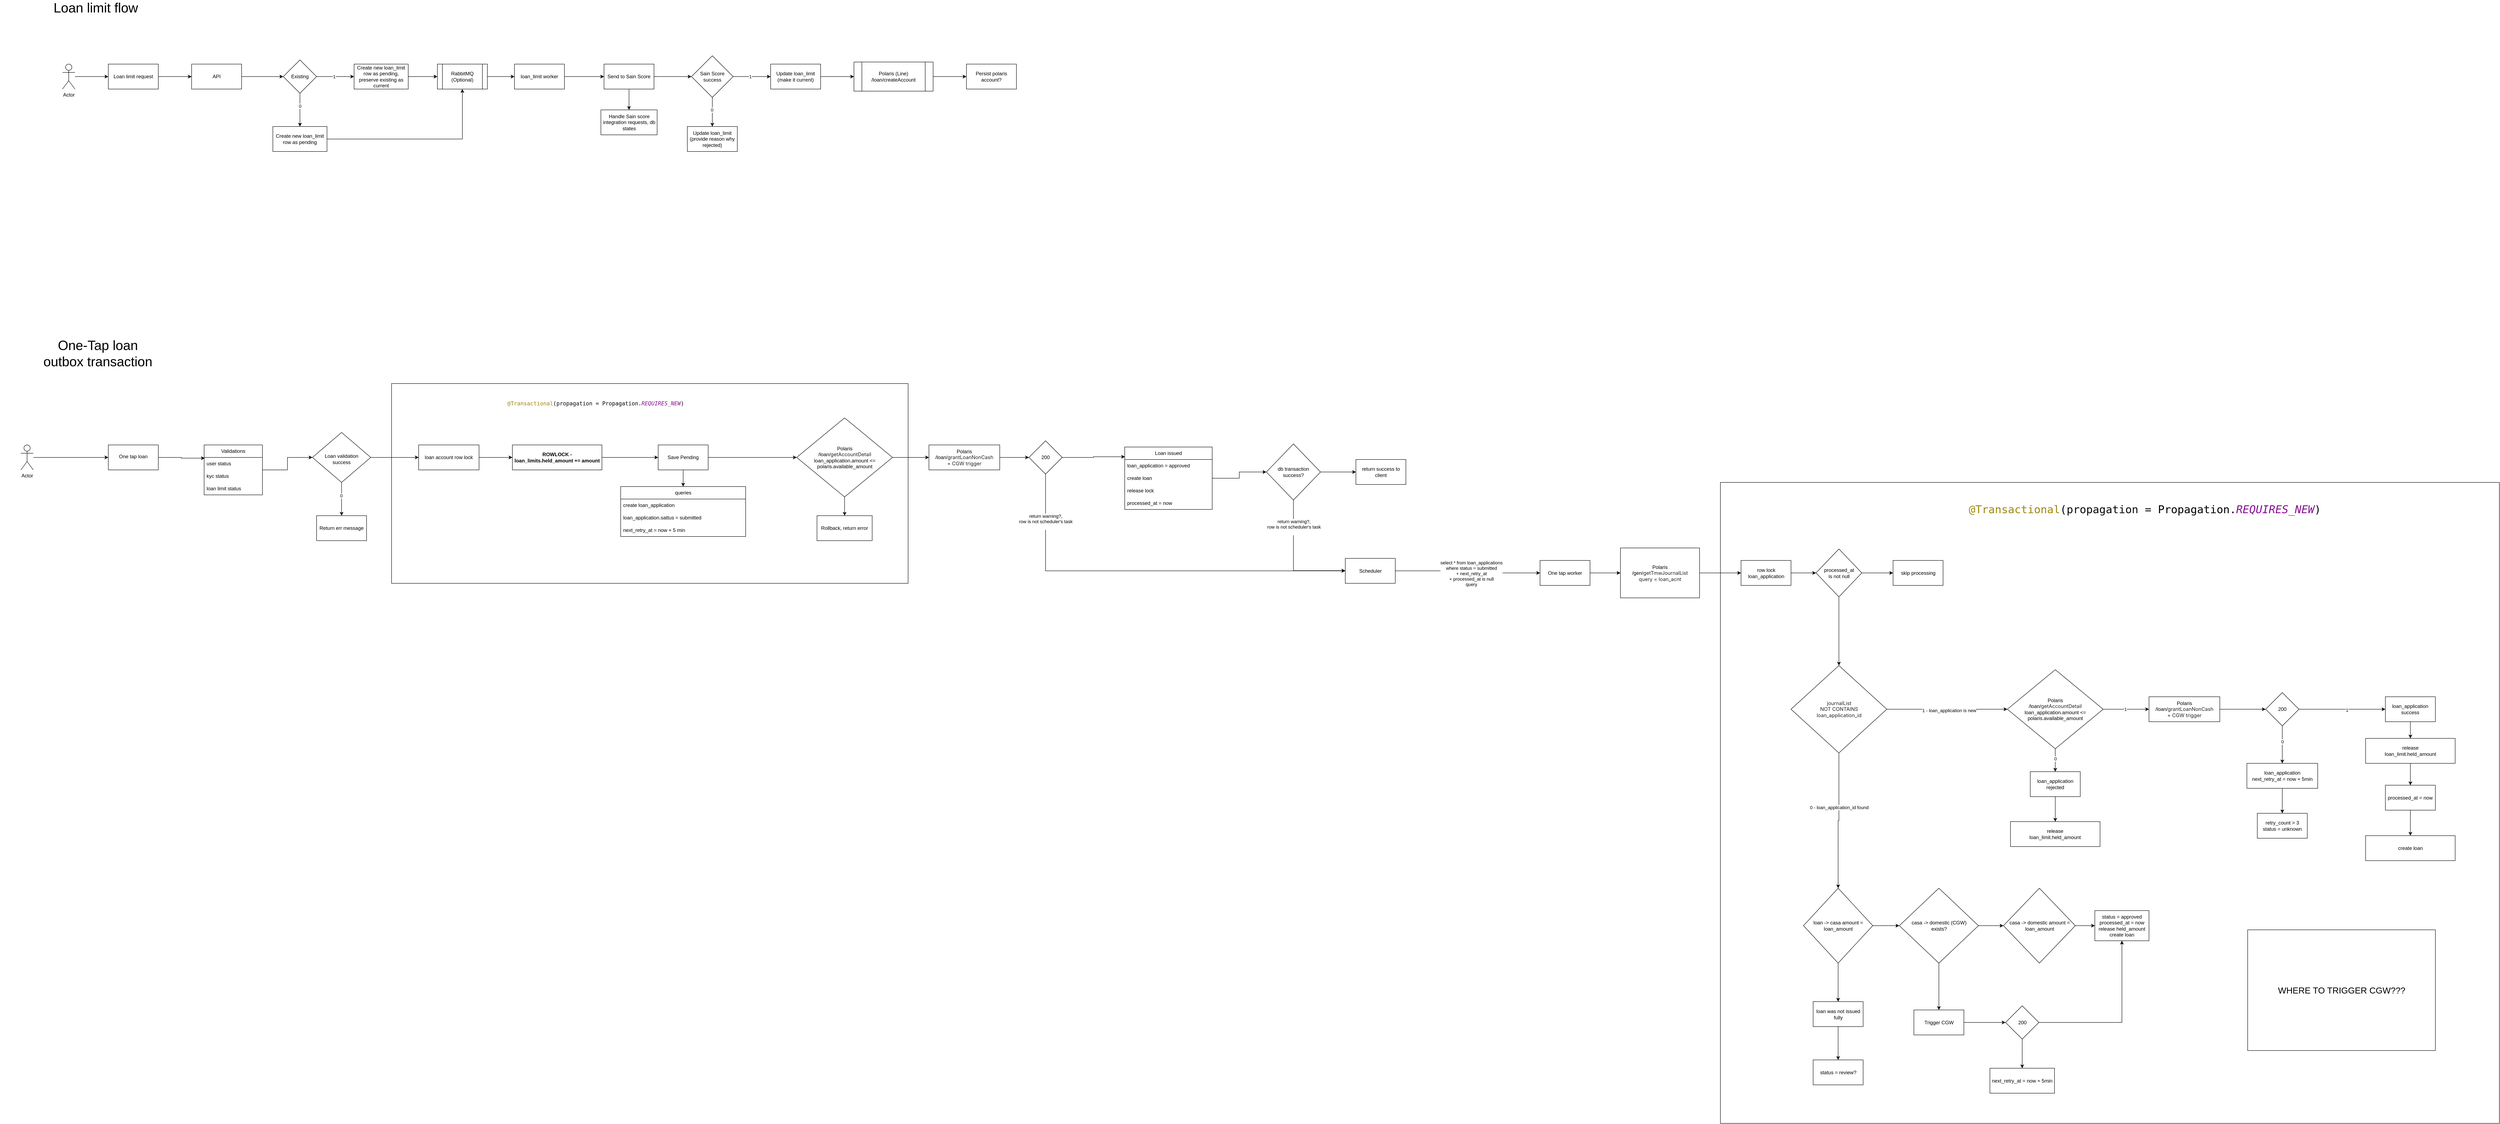
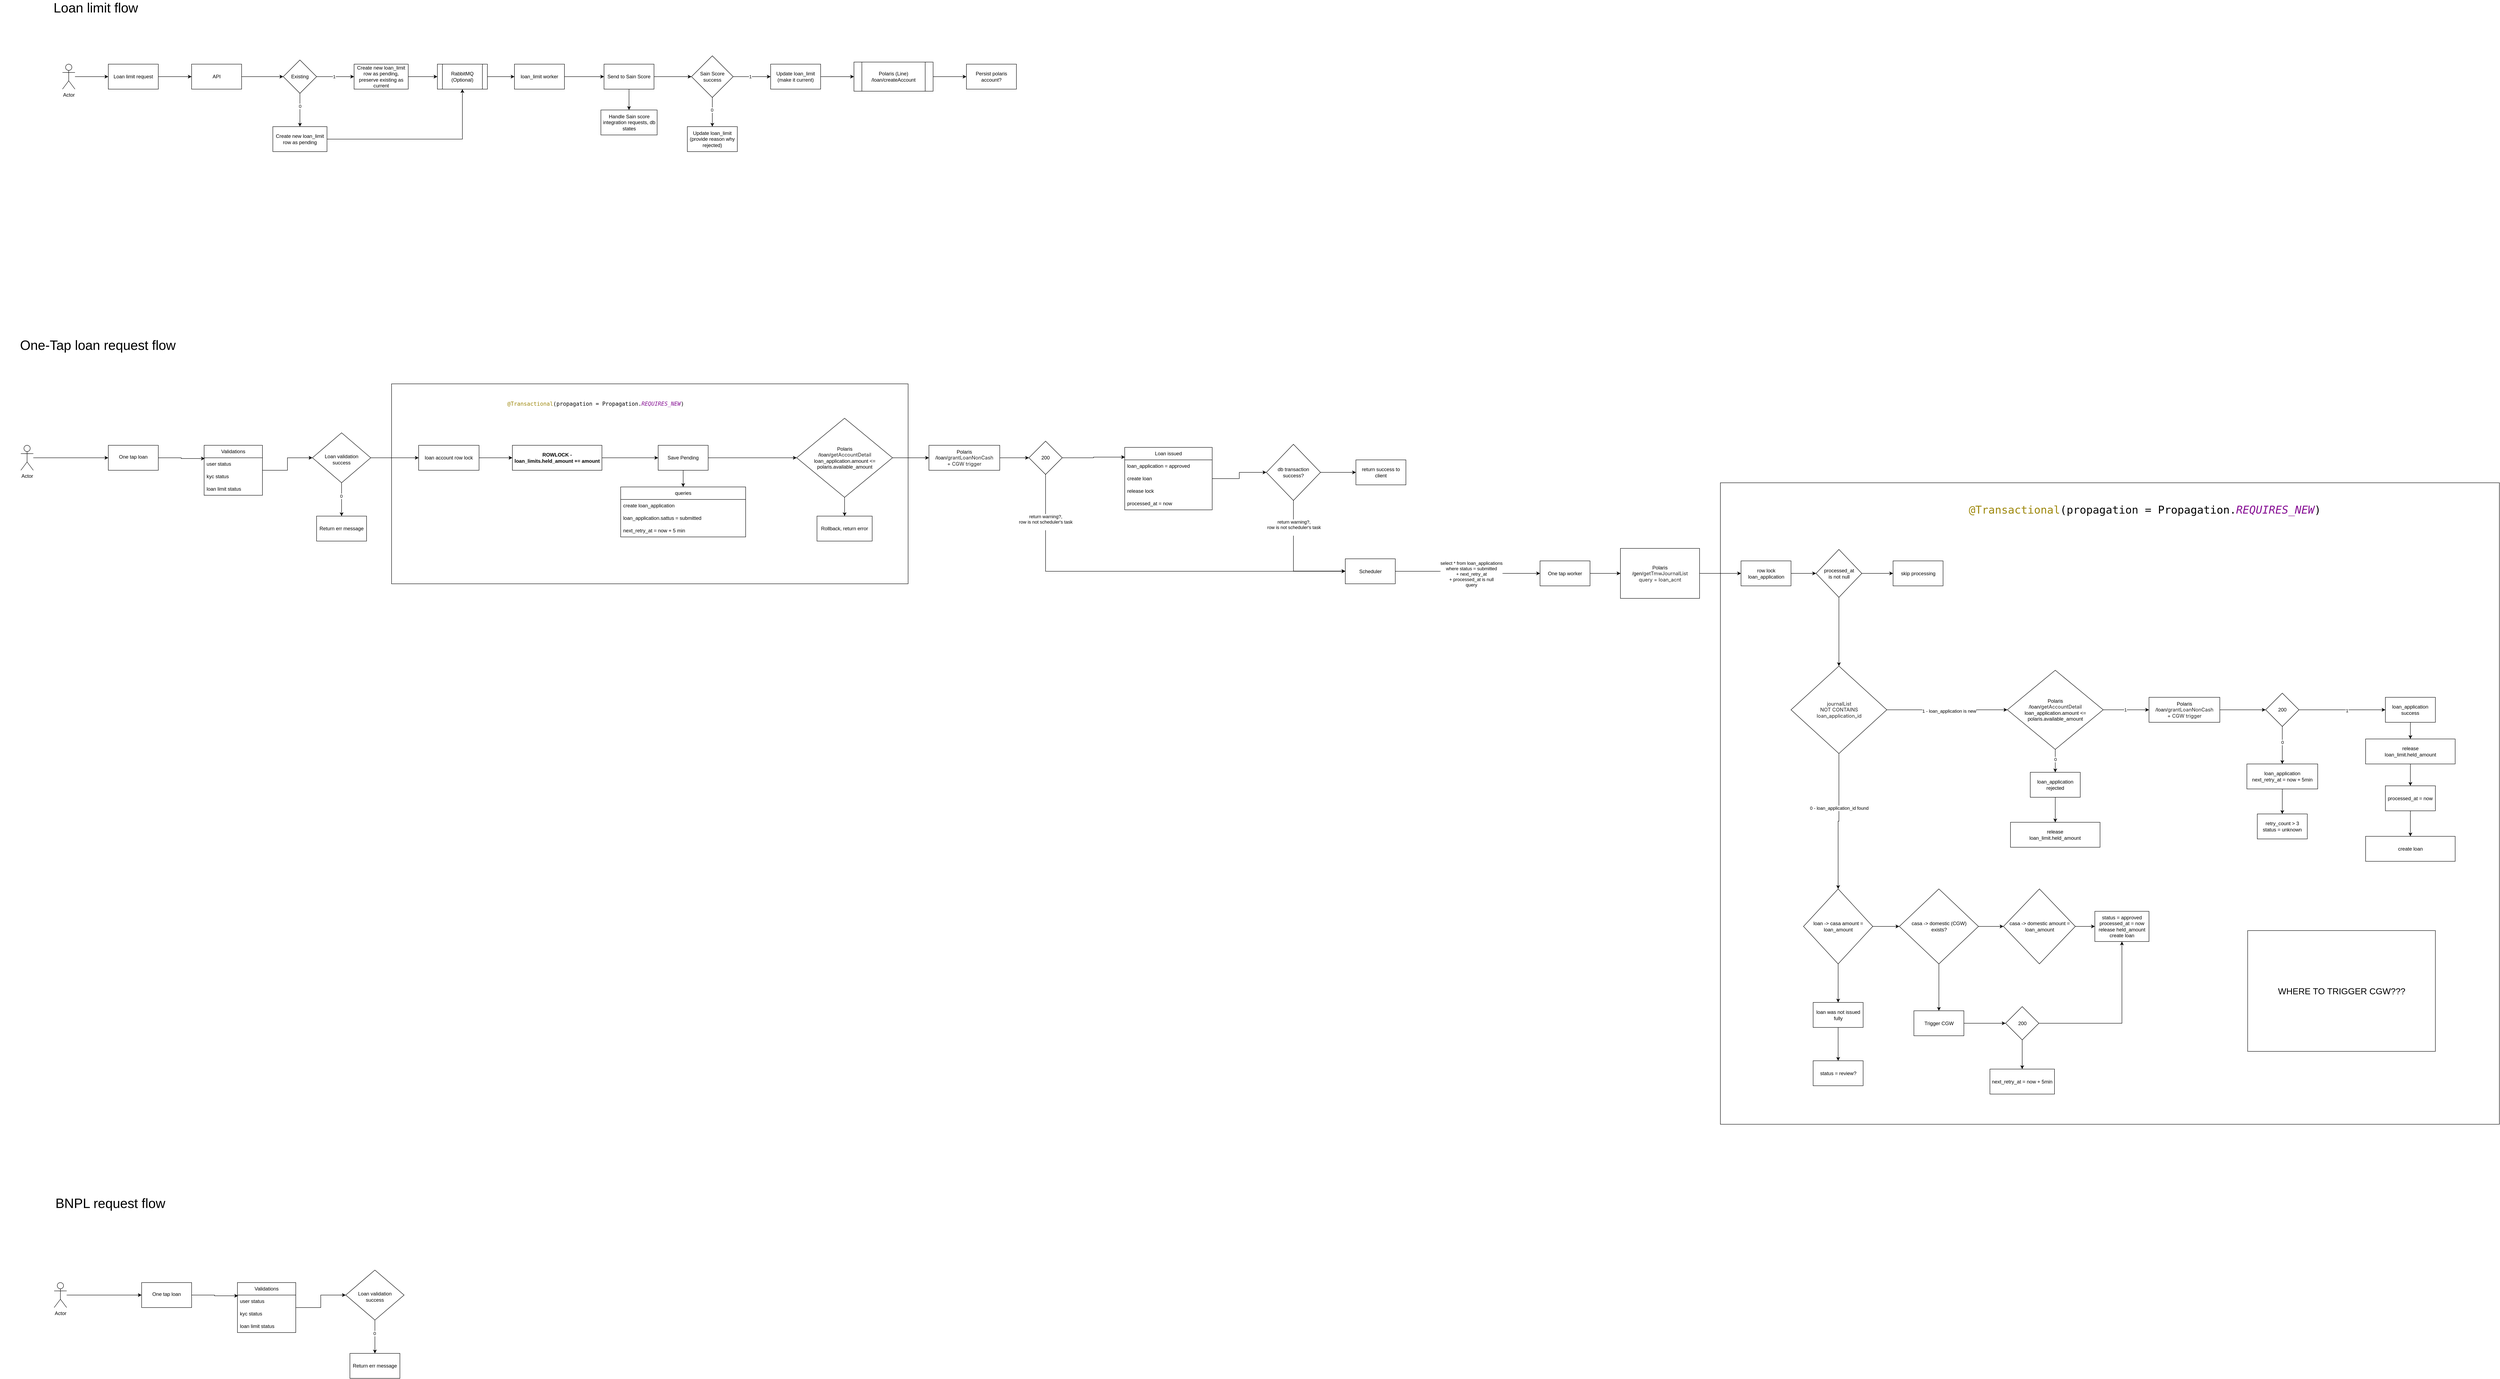
<mxfile host="app.diagrams.net">
  <diagram name="Page-1" id="VCBSuIh8bz7kurrQ0Zaz">
-     <mxGraphModel dx="2425" dy="921" grid="1" gridSize="10" guides="1" tooltips="1" connect="1" arrows="1" fold="1" page="1" pageScale="1" pageWidth="850" pageHeight="1100" math="0" shadow="0">
+     <mxGraphModel dx="3082" dy="1305" grid="1" gridSize="10" guides="1" tooltips="1" connect="1" arrows="1" fold="1" page="1" pageScale="1" pageWidth="850" pageHeight="1100" math="0" shadow="0">
      <root>
        <mxCell id="0" />
        <mxCell id="1" parent="0" />
        <mxCell id="In8fDh9ZLN2M87an2Miy-188" parent="1" style="rounded=0;whiteSpace=wrap;html=1;" value="" vertex="1">
          <mxGeometry height="1540" width="1870" x="4020" y="1215" as="geometry" />
        </mxCell>
        <mxCell id="In8fDh9ZLN2M87an2Miy-172" parent="1" style="rounded=0;whiteSpace=wrap;html=1;" value="" vertex="1">
          <mxGeometry height="480" width="1240" x="830" y="977.5" as="geometry" />
        </mxCell>
        <mxCell id="KqixbsF9o6dLofBvsG9t-5" edge="1" parent="1" source="KqixbsF9o6dLofBvsG9t-1" style="edgeStyle=orthogonalEdgeStyle;rounded=0;orthogonalLoop=1;jettySize=auto;html=1;" target="KqixbsF9o6dLofBvsG9t-4" value="">
          <mxGeometry relative="1" as="geometry" />
        </mxCell>
        <mxCell id="KqixbsF9o6dLofBvsG9t-1" parent="1" style="rounded=0;whiteSpace=wrap;html=1;" value="Loan limit request" vertex="1">
          <mxGeometry height="60" width="120" x="150" y="210" as="geometry" />
        </mxCell>
        <mxCell id="KqixbsF9o6dLofBvsG9t-3" edge="1" parent="1" source="KqixbsF9o6dLofBvsG9t-2" style="edgeStyle=orthogonalEdgeStyle;rounded=0;orthogonalLoop=1;jettySize=auto;html=1;" target="KqixbsF9o6dLofBvsG9t-1" value="">
          <mxGeometry relative="1" as="geometry" />
        </mxCell>
        <mxCell id="KqixbsF9o6dLofBvsG9t-2" parent="1" style="shape=umlActor;verticalLabelPosition=bottom;verticalAlign=top;html=1;outlineConnect=0;" value="Actor" vertex="1">
          <mxGeometry height="60" width="30" x="40" y="210" as="geometry" />
        </mxCell>
        <mxCell id="KqixbsF9o6dLofBvsG9t-9" edge="1" parent="1" source="KqixbsF9o6dLofBvsG9t-4" style="edgeStyle=orthogonalEdgeStyle;rounded=0;orthogonalLoop=1;jettySize=auto;html=1;" target="KqixbsF9o6dLofBvsG9t-8" value="">
          <mxGeometry relative="1" as="geometry" />
        </mxCell>
        <mxCell id="KqixbsF9o6dLofBvsG9t-4" parent="1" style="rounded=0;whiteSpace=wrap;html=1;" value="API" vertex="1">
          <mxGeometry height="60" width="120" x="350" y="210" as="geometry" />
        </mxCell>
        <mxCell id="KqixbsF9o6dLofBvsG9t-11" edge="1" parent="1" source="KqixbsF9o6dLofBvsG9t-8" style="edgeStyle=orthogonalEdgeStyle;rounded=0;orthogonalLoop=1;jettySize=auto;html=1;" target="KqixbsF9o6dLofBvsG9t-10" value="">
          <mxGeometry relative="1" as="geometry" />
        </mxCell>
        <mxCell id="KqixbsF9o6dLofBvsG9t-12" connectable="0" parent="KqixbsF9o6dLofBvsG9t-11" style="edgeLabel;html=1;align=center;verticalAlign=middle;resizable=0;points=[];" value="1" vertex="1">
          <mxGeometry relative="1" x="-0.079" as="geometry">
            <mxPoint as="offset" />
          </mxGeometry>
        </mxCell>
        <mxCell id="KqixbsF9o6dLofBvsG9t-14" edge="1" parent="1" source="KqixbsF9o6dLofBvsG9t-8" style="edgeStyle=orthogonalEdgeStyle;rounded=0;orthogonalLoop=1;jettySize=auto;html=1;" target="KqixbsF9o6dLofBvsG9t-13" value="">
          <mxGeometry relative="1" as="geometry" />
        </mxCell>
        <mxCell id="KqixbsF9o6dLofBvsG9t-15" connectable="0" parent="KqixbsF9o6dLofBvsG9t-14" style="edgeLabel;html=1;align=center;verticalAlign=middle;resizable=0;points=[];" value="0" vertex="1">
          <mxGeometry relative="1" x="-0.2407" as="geometry">
            <mxPoint as="offset" />
          </mxGeometry>
        </mxCell>
        <mxCell id="KqixbsF9o6dLofBvsG9t-8" parent="1" style="rhombus;whiteSpace=wrap;html=1;rounded=0;" value="Existing" vertex="1">
          <mxGeometry height="80" width="80" x="570" y="200" as="geometry" />
        </mxCell>
        <mxCell id="KqixbsF9o6dLofBvsG9t-23" edge="1" parent="1" source="KqixbsF9o6dLofBvsG9t-10" style="edgeStyle=orthogonalEdgeStyle;rounded=0;orthogonalLoop=1;jettySize=auto;html=1;" target="KqixbsF9o6dLofBvsG9t-22" value="">
          <mxGeometry relative="1" as="geometry" />
        </mxCell>
        <mxCell id="KqixbsF9o6dLofBvsG9t-10" parent="1" style="whiteSpace=wrap;html=1;rounded=0;" value="Create new loan_limit row as pending, preserve existing as current" vertex="1">
          <mxGeometry height="60" width="130" x="740" y="210" as="geometry" />
        </mxCell>
        <mxCell id="KqixbsF9o6dLofBvsG9t-26" edge="1" parent="1" source="KqixbsF9o6dLofBvsG9t-13" style="edgeStyle=orthogonalEdgeStyle;rounded=0;orthogonalLoop=1;jettySize=auto;html=1;entryX=0.5;entryY=1;entryDx=0;entryDy=0;" target="KqixbsF9o6dLofBvsG9t-22">
          <mxGeometry relative="1" as="geometry" />
        </mxCell>
        <mxCell id="KqixbsF9o6dLofBvsG9t-13" parent="1" style="whiteSpace=wrap;html=1;rounded=0;" value="Create new loan_limit row as pending" vertex="1">
          <mxGeometry height="60" width="130" x="545" y="360" as="geometry" />
        </mxCell>
        <mxCell id="KqixbsF9o6dLofBvsG9t-25" edge="1" parent="1" source="KqixbsF9o6dLofBvsG9t-22" style="edgeStyle=orthogonalEdgeStyle;rounded=0;orthogonalLoop=1;jettySize=auto;html=1;" target="KqixbsF9o6dLofBvsG9t-24" value="">
          <mxGeometry relative="1" as="geometry" />
        </mxCell>
        <mxCell id="KqixbsF9o6dLofBvsG9t-22" parent="1" style="shape=process;whiteSpace=wrap;html=1;backgroundOutline=1;rounded=0;" value="RabbitMQ (Optional)" vertex="1">
          <mxGeometry height="60" width="120" x="940" y="210" as="geometry" />
        </mxCell>
        <mxCell id="KqixbsF9o6dLofBvsG9t-28" edge="1" parent="1" source="KqixbsF9o6dLofBvsG9t-24" style="edgeStyle=orthogonalEdgeStyle;rounded=0;orthogonalLoop=1;jettySize=auto;html=1;" target="KqixbsF9o6dLofBvsG9t-27" value="">
          <mxGeometry relative="1" as="geometry" />
        </mxCell>
        <mxCell id="KqixbsF9o6dLofBvsG9t-24" parent="1" style="whiteSpace=wrap;html=1;rounded=0;" value="loan_limit worker" vertex="1">
          <mxGeometry height="60" width="120" x="1125" y="210" as="geometry" />
        </mxCell>
        <mxCell id="KqixbsF9o6dLofBvsG9t-30" edge="1" parent="1" source="KqixbsF9o6dLofBvsG9t-27" style="edgeStyle=orthogonalEdgeStyle;rounded=0;orthogonalLoop=1;jettySize=auto;html=1;" target="KqixbsF9o6dLofBvsG9t-29" value="">
          <mxGeometry relative="1" as="geometry" />
        </mxCell>
        <mxCell id="KqixbsF9o6dLofBvsG9t-38" edge="1" parent="1" source="KqixbsF9o6dLofBvsG9t-27" style="edgeStyle=orthogonalEdgeStyle;rounded=0;orthogonalLoop=1;jettySize=auto;html=1;" target="KqixbsF9o6dLofBvsG9t-37" value="">
          <mxGeometry relative="1" as="geometry" />
        </mxCell>
        <mxCell id="KqixbsF9o6dLofBvsG9t-27" parent="1" style="whiteSpace=wrap;html=1;rounded=0;" value="Send to Sain Score" vertex="1">
          <mxGeometry height="60" width="120" x="1340" y="210" as="geometry" />
        </mxCell>
        <mxCell id="KqixbsF9o6dLofBvsG9t-32" edge="1" parent="1" source="KqixbsF9o6dLofBvsG9t-29" style="edgeStyle=orthogonalEdgeStyle;rounded=0;orthogonalLoop=1;jettySize=auto;html=1;" target="KqixbsF9o6dLofBvsG9t-31" value="">
          <mxGeometry relative="1" as="geometry" />
        </mxCell>
        <mxCell id="KqixbsF9o6dLofBvsG9t-33" connectable="0" parent="KqixbsF9o6dLofBvsG9t-32" style="edgeLabel;html=1;align=center;verticalAlign=middle;resizable=0;points=[];" value="1" vertex="1">
          <mxGeometry relative="1" x="-0.1048" as="geometry">
            <mxPoint as="offset" />
          </mxGeometry>
        </mxCell>
        <mxCell id="KqixbsF9o6dLofBvsG9t-35" edge="1" parent="1" source="KqixbsF9o6dLofBvsG9t-29" style="edgeStyle=orthogonalEdgeStyle;rounded=0;orthogonalLoop=1;jettySize=auto;html=1;" target="KqixbsF9o6dLofBvsG9t-34" value="">
          <mxGeometry relative="1" as="geometry" />
        </mxCell>
        <mxCell id="KqixbsF9o6dLofBvsG9t-36" connectable="0" parent="KqixbsF9o6dLofBvsG9t-35" style="edgeLabel;html=1;align=center;verticalAlign=middle;resizable=0;points=[];" value="0" vertex="1">
          <mxGeometry relative="1" x="-0.1429" y="-1" as="geometry">
            <mxPoint as="offset" />
          </mxGeometry>
        </mxCell>
        <mxCell id="KqixbsF9o6dLofBvsG9t-29" parent="1" style="rhombus;whiteSpace=wrap;html=1;rounded=0;" value="Sain Score success" vertex="1">
          <mxGeometry height="100" width="100" x="1550" y="190" as="geometry" />
        </mxCell>
        <mxCell id="KqixbsF9o6dLofBvsG9t-66" edge="1" parent="1" source="KqixbsF9o6dLofBvsG9t-31" style="edgeStyle=orthogonalEdgeStyle;rounded=0;orthogonalLoop=1;jettySize=auto;html=1;" target="KqixbsF9o6dLofBvsG9t-65" value="">
          <mxGeometry relative="1" as="geometry" />
        </mxCell>
        <mxCell id="KqixbsF9o6dLofBvsG9t-31" parent="1" style="whiteSpace=wrap;html=1;rounded=0;" value="Update loan_limit (make it current)" vertex="1">
          <mxGeometry height="60" width="120" x="1740" y="210" as="geometry" />
        </mxCell>
        <mxCell id="KqixbsF9o6dLofBvsG9t-34" parent="1" style="whiteSpace=wrap;html=1;rounded=0;" value="Update loan_limit&lt;br&gt;(provide reason why rejected)" vertex="1">
          <mxGeometry height="60" width="120" x="1540" y="360" as="geometry" />
        </mxCell>
        <mxCell id="KqixbsF9o6dLofBvsG9t-37" parent="1" style="whiteSpace=wrap;html=1;rounded=0;" value="Handle Sain score integration requests, db states" vertex="1">
          <mxGeometry height="60" width="135" x="1332.5" y="320" as="geometry" />
        </mxCell>
        <mxCell id="KqixbsF9o6dLofBvsG9t-40" parent="1" style="text;html=1;whiteSpace=wrap;strokeColor=none;fillColor=none;align=center;verticalAlign=middle;rounded=0;fontSize=32;" value="Loan limit flow" vertex="1">
          <mxGeometry height="30" width="260" x="-10" y="60" as="geometry" />
        </mxCell>
        <mxCell id="KqixbsF9o6dLofBvsG9t-74" edge="1" parent="1" source="KqixbsF9o6dLofBvsG9t-65" style="edgeStyle=orthogonalEdgeStyle;rounded=0;orthogonalLoop=1;jettySize=auto;html=1;" target="KqixbsF9o6dLofBvsG9t-73" value="">
          <mxGeometry relative="1" as="geometry" />
        </mxCell>
        <mxCell id="KqixbsF9o6dLofBvsG9t-65" parent="1" style="shape=process;whiteSpace=wrap;html=1;backgroundOutline=1;rounded=0;" value="Polaris (Line)&lt;br&gt;/loan/createAccount" vertex="1">
          <mxGeometry height="70" width="190" x="1940" y="205" as="geometry" />
        </mxCell>
        <mxCell id="KqixbsF9o6dLofBvsG9t-73" parent="1" style="whiteSpace=wrap;html=1;rounded=0;" value="Persist polaris account?" vertex="1">
          <mxGeometry height="60" width="120" x="2210" y="210" as="geometry" />
        </mxCell>
-         <mxCell id="U8Ajh8Gpa-m2DNKNFQys-1" parent="1" style="text;html=1;whiteSpace=wrap;strokeColor=none;fillColor=none;align=center;verticalAlign=middle;rounded=0;fontSize=32;" value="One-Tap loan&lt;br&gt;outbox transaction" vertex="1">
-           <mxGeometry height="30" width="470" x="-110" y="890" as="geometry" />
+         <mxCell id="U8Ajh8Gpa-m2DNKNFQys-1" parent="1" style="text;html=1;whiteSpace=wrap;strokeColor=none;fillColor=none;align=center;verticalAlign=middle;rounded=0;fontSize=32;" value="One-Tap loan request flow" vertex="1">
+           <mxGeometry height="30" width="470" x="-110" y="870" as="geometry" />
        </mxCell>
        <mxCell id="In8fDh9ZLN2M87an2Miy-1" edge="1" parent="1" source="In8fDh9ZLN2M87an2Miy-2" style="edgeStyle=orthogonalEdgeStyle;rounded=0;orthogonalLoop=1;jettySize=auto;html=1;" target="In8fDh9ZLN2M87an2Miy-4" value="">
          <mxGeometry relative="1" as="geometry" />
        </mxCell>
        <mxCell id="In8fDh9ZLN2M87an2Miy-2" parent="1" style="shape=umlActor;verticalLabelPosition=bottom;verticalAlign=top;html=1;outlineConnect=0;" value="Actor" vertex="1">
          <mxGeometry height="60" width="30" x="-60" y="1125" as="geometry" />
        </mxCell>
        <mxCell id="In8fDh9ZLN2M87an2Miy-3" edge="1" parent="1" source="In8fDh9ZLN2M87an2Miy-4" style="edgeStyle=orthogonalEdgeStyle;rounded=0;orthogonalLoop=1;jettySize=auto;html=1;entryX=0.011;entryY=0.06;entryDx=0;entryDy=0;entryPerimeter=0;" target="In8fDh9ZLN2M87an2Miy-28" value="">
          <mxGeometry relative="1" as="geometry">
            <mxPoint x="360" y="1155" as="targetPoint" />
          </mxGeometry>
        </mxCell>
        <mxCell id="In8fDh9ZLN2M87an2Miy-4" parent="1" style="whiteSpace=wrap;html=1;verticalAlign=top;" value="&lt;div&gt;&lt;br&gt;&lt;/div&gt;&lt;div&gt;One tap loan&lt;/div&gt;" vertex="1">
          <mxGeometry height="60" width="120" x="150" y="1125" as="geometry" />
        </mxCell>
        <mxCell id="In8fDh9ZLN2M87an2Miy-7" edge="1" parent="1" source="In8fDh9ZLN2M87an2Miy-9" style="edgeStyle=orthogonalEdgeStyle;rounded=0;orthogonalLoop=1;jettySize=auto;html=1;" target="In8fDh9ZLN2M87an2Miy-13" value="">
          <mxGeometry relative="1" as="geometry" />
        </mxCell>
        <mxCell id="In8fDh9ZLN2M87an2Miy-8" connectable="0" parent="In8fDh9ZLN2M87an2Miy-7" style="edgeLabel;html=1;align=center;verticalAlign=middle;resizable=0;points=[];" value="0" vertex="1">
          <mxGeometry relative="1" x="-0.2091" y="-1" as="geometry">
            <mxPoint as="offset" />
          </mxGeometry>
        </mxCell>
        <mxCell id="In8fDh9ZLN2M87an2Miy-163" edge="1" parent="1" source="In8fDh9ZLN2M87an2Miy-9" style="edgeStyle=orthogonalEdgeStyle;rounded=0;orthogonalLoop=1;jettySize=auto;html=1;entryX=0;entryY=0.5;entryDx=0;entryDy=0;" target="In8fDh9ZLN2M87an2Miy-161">
          <mxGeometry relative="1" as="geometry" />
        </mxCell>
        <mxCell id="In8fDh9ZLN2M87an2Miy-9" parent="1" style="rhombus;whiteSpace=wrap;html=1;verticalAlign=top;" value="&lt;br&gt;&lt;br&gt;&lt;div&gt;&lt;br&gt;&lt;/div&gt;&lt;div&gt;Loan validation&lt;br&gt;success&lt;/div&gt;" vertex="1">
          <mxGeometry height="120" width="140" x="640" y="1095" as="geometry" />
        </mxCell>
        <mxCell id="In8fDh9ZLN2M87an2Miy-10" edge="1" parent="1" source="In8fDh9ZLN2M87an2Miy-12" style="edgeStyle=orthogonalEdgeStyle;rounded=0;orthogonalLoop=1;jettySize=auto;html=1;entryX=0.5;entryY=0;entryDx=0;entryDy=0;" target="In8fDh9ZLN2M87an2Miy-14">
          <mxGeometry relative="1" as="geometry" />
        </mxCell>
        <mxCell id="In8fDh9ZLN2M87an2Miy-54" edge="1" parent="1" source="In8fDh9ZLN2M87an2Miy-105" style="edgeStyle=orthogonalEdgeStyle;rounded=0;orthogonalLoop=1;jettySize=auto;html=1;exitX=1;exitY=0.5;exitDx=0;exitDy=0;" target="In8fDh9ZLN2M87an2Miy-53" value="">
          <mxGeometry relative="1" as="geometry">
            <mxPoint x="3329.5" y="1432.5" as="sourcePoint" />
          </mxGeometry>
        </mxCell>
        <mxCell id="In8fDh9ZLN2M87an2Miy-55" connectable="0" parent="In8fDh9ZLN2M87an2Miy-54" style="edgeLabel;html=1;align=center;verticalAlign=middle;resizable=0;points=[];" value="select * from loan_applications&lt;br&gt;where status = submitted&lt;br&gt;+ next_retry_at&lt;br&gt;+ processed_at is null&lt;br&gt;query" vertex="1">
          <mxGeometry relative="1" x="0.0637" y="-1" as="geometry">
            <mxPoint as="offset" />
          </mxGeometry>
        </mxCell>
        <mxCell id="In8fDh9ZLN2M87an2Miy-173" edge="1" parent="1" source="In8fDh9ZLN2M87an2Miy-12" style="edgeStyle=orthogonalEdgeStyle;rounded=0;orthogonalLoop=1;jettySize=auto;html=1;entryX=0;entryY=0.5;entryDx=0;entryDy=0;" target="In8fDh9ZLN2M87an2Miy-152">
          <mxGeometry relative="1" as="geometry" />
        </mxCell>
        <mxCell id="In8fDh9ZLN2M87an2Miy-12" parent="1" style="whiteSpace=wrap;html=1;verticalAlign=middle;" value="Save Pending" vertex="1">
          <mxGeometry height="60" width="120" x="1470" y="1125" as="geometry" />
        </mxCell>
        <mxCell id="In8fDh9ZLN2M87an2Miy-13" parent="1" style="whiteSpace=wrap;html=1;verticalAlign=middle;" value="Return err message" vertex="1">
          <mxGeometry height="60" width="120" x="650" y="1295" as="geometry" />
        </mxCell>
        <mxCell id="In8fDh9ZLN2M87an2Miy-14" parent="1" style="swimlane;fontStyle=0;childLayout=stackLayout;horizontal=1;startSize=30;horizontalStack=0;resizeParent=1;resizeParentMax=0;resizeLast=0;collapsible=1;marginBottom=0;whiteSpace=wrap;html=1;" value="queries" vertex="1">
          <mxGeometry height="120" width="300" x="1380" y="1225" as="geometry" />
        </mxCell>
        <mxCell id="In8fDh9ZLN2M87an2Miy-15" parent="In8fDh9ZLN2M87an2Miy-14" style="text;strokeColor=none;fillColor=none;align=left;verticalAlign=middle;spacingLeft=4;spacingRight=4;overflow=hidden;points=[[0,0.5],[1,0.5]];portConstraint=eastwest;rotatable=0;whiteSpace=wrap;html=1;" value="create loan_application" vertex="1">
          <mxGeometry height="30" width="300" y="30" as="geometry" />
        </mxCell>
        <mxCell id="In8fDh9ZLN2M87an2Miy-104" parent="In8fDh9ZLN2M87an2Miy-14" style="text;strokeColor=none;fillColor=none;align=left;verticalAlign=middle;spacingLeft=4;spacingRight=4;overflow=hidden;points=[[0,0.5],[1,0.5]];portConstraint=eastwest;rotatable=0;whiteSpace=wrap;html=1;" value="loan_application.sattus = submitted" vertex="1">
          <mxGeometry height="30" width="300" y="60" as="geometry" />
        </mxCell>
        <mxCell id="In8fDh9ZLN2M87an2Miy-17" parent="In8fDh9ZLN2M87an2Miy-14" style="text;strokeColor=none;fillColor=none;align=left;verticalAlign=middle;spacingLeft=4;spacingRight=4;overflow=hidden;points=[[0,0.5],[1,0.5]];portConstraint=eastwest;rotatable=0;whiteSpace=wrap;html=1;" value="next_retry_at = now + 5 min" vertex="1">
          <mxGeometry height="30" width="300" y="90" as="geometry" />
        </mxCell>
        <mxCell id="In8fDh9ZLN2M87an2Miy-32" edge="1" parent="1" source="In8fDh9ZLN2M87an2Miy-27" style="edgeStyle=orthogonalEdgeStyle;rounded=0;orthogonalLoop=1;jettySize=auto;html=1;entryX=0;entryY=0.5;entryDx=0;entryDy=0;" target="In8fDh9ZLN2M87an2Miy-9">
          <mxGeometry relative="1" as="geometry" />
        </mxCell>
        <mxCell id="In8fDh9ZLN2M87an2Miy-27" parent="1" style="swimlane;fontStyle=0;childLayout=stackLayout;horizontal=1;startSize=30;horizontalStack=0;resizeParent=1;resizeParentMax=0;resizeLast=0;collapsible=1;marginBottom=0;whiteSpace=wrap;html=1;" value="Validations" vertex="1">
          <mxGeometry height="120" width="140" x="380" y="1125" as="geometry" />
        </mxCell>
        <mxCell id="In8fDh9ZLN2M87an2Miy-28" parent="In8fDh9ZLN2M87an2Miy-27" style="text;strokeColor=none;fillColor=none;align=left;verticalAlign=middle;spacingLeft=4;spacingRight=4;overflow=hidden;points=[[0,0.5],[1,0.5]];portConstraint=eastwest;rotatable=0;whiteSpace=wrap;html=1;" value="user status" vertex="1">
          <mxGeometry height="30" width="140" y="30" as="geometry" />
        </mxCell>
        <mxCell id="In8fDh9ZLN2M87an2Miy-29" parent="In8fDh9ZLN2M87an2Miy-27" style="text;strokeColor=none;fillColor=none;align=left;verticalAlign=middle;spacingLeft=4;spacingRight=4;overflow=hidden;points=[[0,0.5],[1,0.5]];portConstraint=eastwest;rotatable=0;whiteSpace=wrap;html=1;" value="kyc status" vertex="1">
          <mxGeometry height="30" width="140" y="60" as="geometry" />
        </mxCell>
        <mxCell id="In8fDh9ZLN2M87an2Miy-33" parent="In8fDh9ZLN2M87an2Miy-27" style="text;strokeColor=none;fillColor=none;align=left;verticalAlign=middle;spacingLeft=4;spacingRight=4;overflow=hidden;points=[[0,0.5],[1,0.5]];portConstraint=eastwest;rotatable=0;whiteSpace=wrap;html=1;" value="loan limit status" vertex="1">
          <mxGeometry height="30" width="140" y="90" as="geometry" />
        </mxCell>
        <mxCell id="In8fDh9ZLN2M87an2Miy-116" edge="1" parent="1" source="In8fDh9ZLN2M87an2Miy-53" style="edgeStyle=orthogonalEdgeStyle;rounded=0;orthogonalLoop=1;jettySize=auto;html=1;entryX=0;entryY=0.5;entryDx=0;entryDy=0;" target="In8fDh9ZLN2M87an2Miy-68">
          <mxGeometry relative="1" as="geometry" />
        </mxCell>
        <mxCell id="In8fDh9ZLN2M87an2Miy-53" parent="1" style="whiteSpace=wrap;html=1;" value="One tap worker" vertex="1">
          <mxGeometry height="60" width="120" x="3587" y="1402.5" as="geometry" />
        </mxCell>
        <mxCell id="In8fDh9ZLN2M87an2Miy-67" edge="1" parent="1" source="In8fDh9ZLN2M87an2Miy-58" style="edgeStyle=orthogonalEdgeStyle;rounded=0;orthogonalLoop=1;jettySize=auto;html=1;entryX=0;entryY=0.5;entryDx=0;entryDy=0;" target="In8fDh9ZLN2M87an2Miy-66" value="">
          <mxGeometry relative="1" as="geometry">
            <mxPoint x="5343.87" y="1760" as="targetPoint" />
          </mxGeometry>
        </mxCell>
        <mxCell id="In8fDh9ZLN2M87an2Miy-58" parent="1" style="whiteSpace=wrap;html=1;" value="Polaris /loan/&lt;span style=&quot;color: rgb(33, 33, 33); font-family: Inter, system-ui, -apple-system, &amp;quot;system-ui&amp;quot;, &amp;quot;Segoe UI&amp;quot;, Roboto, Oxygen, Ubuntu, Cantarell, &amp;quot;Fira Sans&amp;quot;, &amp;quot;Droid Sans&amp;quot;, Helvetica, Arial, sans-serif; text-align: left; white-space: pre-wrap; background-color: rgb(255, 255, 255);&quot;&gt;grantLoanNonCash&lt;br/&gt;+ CGW trigger&lt;/span&gt;" vertex="1">
          <mxGeometry height="60" width="170" x="5048.87" y="1730" as="geometry" />
        </mxCell>
        <mxCell id="In8fDh9ZLN2M87an2Miy-62" edge="1" parent="1" source="In8fDh9ZLN2M87an2Miy-59" style="edgeStyle=orthogonalEdgeStyle;rounded=0;orthogonalLoop=1;jettySize=auto;html=1;" target="In8fDh9ZLN2M87an2Miy-61" value="">
          <mxGeometry relative="1" as="geometry" />
        </mxCell>
        <mxCell id="In8fDh9ZLN2M87an2Miy-91" connectable="0" parent="In8fDh9ZLN2M87an2Miy-62" style="edgeLabel;html=1;align=center;verticalAlign=middle;resizable=0;points=[];" value="0" vertex="1">
          <mxGeometry relative="1" x="-0.1431" as="geometry">
            <mxPoint as="offset" />
          </mxGeometry>
        </mxCell>
        <mxCell id="In8fDh9ZLN2M87an2Miy-65" edge="1" parent="1" source="In8fDh9ZLN2M87an2Miy-59" style="edgeStyle=orthogonalEdgeStyle;rounded=0;orthogonalLoop=1;jettySize=auto;html=1;" target="In8fDh9ZLN2M87an2Miy-58">
          <mxGeometry relative="1" as="geometry" />
        </mxCell>
        <mxCell id="In8fDh9ZLN2M87an2Miy-90" connectable="0" parent="In8fDh9ZLN2M87an2Miy-65" style="edgeLabel;html=1;align=center;verticalAlign=middle;resizable=0;points=[];" value="1" vertex="1">
          <mxGeometry relative="1" x="-0.0451" as="geometry">
            <mxPoint as="offset" />
          </mxGeometry>
        </mxCell>
        <mxCell id="In8fDh9ZLN2M87an2Miy-59" parent="1" style="rhombus;whiteSpace=wrap;html=1;" value="Polaris&lt;br&gt;/loan/&lt;span style=&quot;color: rgb(33, 33, 33); font-family: Inter, system-ui, -apple-system, &amp;quot;system-ui&amp;quot;, &amp;quot;Segoe UI&amp;quot;, Roboto, Oxygen, Ubuntu, Cantarell, &amp;quot;Fira Sans&amp;quot;, &amp;quot;Droid Sans&amp;quot;, Helvetica, Arial, sans-serif; text-align: left; white-space: pre-wrap; background-color: rgb(255, 255, 255);&quot;&gt;getAccountDetail&lt;/span&gt;&lt;br&gt;loan_application.amount &amp;lt;= polaris.available_amount" vertex="1">
          <mxGeometry height="190" width="230" x="4708.87" y="1665" as="geometry" />
        </mxCell>
        <mxCell id="In8fDh9ZLN2M87an2Miy-64" edge="1" parent="1" source="In8fDh9ZLN2M87an2Miy-61" style="edgeStyle=orthogonalEdgeStyle;rounded=0;orthogonalLoop=1;jettySize=auto;html=1;" target="In8fDh9ZLN2M87an2Miy-63" value="">
          <mxGeometry relative="1" as="geometry" />
        </mxCell>
        <mxCell id="In8fDh9ZLN2M87an2Miy-61" parent="1" style="whiteSpace=wrap;html=1;" value="loan_application&lt;br&gt;rejected" vertex="1">
          <mxGeometry height="60" width="120" x="4763.87" y="1910" as="geometry" />
        </mxCell>
        <mxCell id="In8fDh9ZLN2M87an2Miy-63" parent="1" style="whiteSpace=wrap;html=1;" value="release &lt;br&gt;loan_limit.held_amount" vertex="1">
          <mxGeometry height="60" width="215" x="4716.37" y="2030" as="geometry" />
        </mxCell>
        <mxCell id="In8fDh9ZLN2M87an2Miy-81" edge="1" parent="1" source="In8fDh9ZLN2M87an2Miy-66" style="edgeStyle=orthogonalEdgeStyle;rounded=0;orthogonalLoop=1;jettySize=auto;html=1;entryX=0;entryY=0.5;entryDx=0;entryDy=0;" target="In8fDh9ZLN2M87an2Miy-79">
          <mxGeometry relative="1" as="geometry" />
        </mxCell>
        <mxCell id="In8fDh9ZLN2M87an2Miy-92" connectable="0" parent="In8fDh9ZLN2M87an2Miy-81" style="edgeLabel;html=1;align=center;verticalAlign=middle;resizable=0;points=[];" value="1" vertex="1">
          <mxGeometry relative="1" x="0.1055" y="-2" as="geometry">
            <mxPoint as="offset" />
          </mxGeometry>
        </mxCell>
        <mxCell id="In8fDh9ZLN2M87an2Miy-83" edge="1" parent="1" source="In8fDh9ZLN2M87an2Miy-66" style="edgeStyle=orthogonalEdgeStyle;rounded=0;orthogonalLoop=1;jettySize=auto;html=1;" target="In8fDh9ZLN2M87an2Miy-82" value="">
          <mxGeometry relative="1" as="geometry" />
        </mxCell>
        <mxCell id="In8fDh9ZLN2M87an2Miy-93" connectable="0" parent="In8fDh9ZLN2M87an2Miy-83" style="edgeLabel;html=1;align=center;verticalAlign=middle;resizable=0;points=[];" value="0" vertex="1">
          <mxGeometry relative="1" x="-0.1623" as="geometry">
            <mxPoint as="offset" />
          </mxGeometry>
        </mxCell>
        <mxCell id="In8fDh9ZLN2M87an2Miy-66" parent="1" style="rhombus;whiteSpace=wrap;html=1;" value="200" vertex="1">
          <mxGeometry height="80" width="80" x="5328.87" y="1720" as="geometry" />
        </mxCell>
        <mxCell id="In8fDh9ZLN2M87an2Miy-119" edge="1" parent="1" source="In8fDh9ZLN2M87an2Miy-68" style="edgeStyle=orthogonalEdgeStyle;rounded=0;orthogonalLoop=1;jettySize=auto;html=1;" target="In8fDh9ZLN2M87an2Miy-118" value="">
          <mxGeometry relative="1" as="geometry" />
        </mxCell>
        <mxCell id="In8fDh9ZLN2M87an2Miy-68" parent="1" style="whiteSpace=wrap;html=1;" value="Polaris&lt;br&gt;/gen/&lt;span style=&quot;white-space: pre-wrap; color: rgb(33, 33, 33); font-family: Inter, system-ui, -apple-system, &amp;quot;system-ui&amp;quot;, &amp;quot;Segoe UI&amp;quot;, Roboto, Oxygen, Ubuntu, Cantarell, &amp;quot;Fira Sans&amp;quot;, &amp;quot;Droid Sans&amp;quot;, Helvetica, Arial, sans-serif; text-align: left; background-color: rgb(255, 255, 255);&quot;&gt;getTmwJournalList&lt;br&gt;query = loan_acnt&lt;/span&gt;" vertex="1">
          <mxGeometry height="120" width="190" x="3780" y="1372.5" as="geometry" />
        </mxCell>
        <mxCell id="In8fDh9ZLN2M87an2Miy-71" edge="1" parent="1" source="In8fDh9ZLN2M87an2Miy-69" style="edgeStyle=orthogonalEdgeStyle;rounded=0;orthogonalLoop=1;jettySize=auto;html=1;entryX=0;entryY=0.5;entryDx=0;entryDy=0;" target="In8fDh9ZLN2M87an2Miy-59">
          <mxGeometry relative="1" as="geometry" />
        </mxCell>
        <mxCell id="In8fDh9ZLN2M87an2Miy-77" connectable="0" parent="In8fDh9ZLN2M87an2Miy-71" style="edgeLabel;html=1;align=center;verticalAlign=middle;resizable=0;points=[];" value="1 - loan_application is new" vertex="1">
          <mxGeometry relative="1" x="0.0312" y="-3" as="geometry">
            <mxPoint as="offset" />
          </mxGeometry>
        </mxCell>
        <mxCell id="In8fDh9ZLN2M87an2Miy-73" edge="1" parent="1" source="In8fDh9ZLN2M87an2Miy-69" style="edgeStyle=orthogonalEdgeStyle;rounded=0;orthogonalLoop=1;jettySize=auto;html=1;entryX=0.5;entryY=0;entryDx=0;entryDy=0;" target="In8fDh9ZLN2M87an2Miy-111" value="">
          <mxGeometry relative="1" as="geometry">
            <mxPoint x="4303.87" y="1960" as="targetPoint" />
          </mxGeometry>
        </mxCell>
        <mxCell id="In8fDh9ZLN2M87an2Miy-74" connectable="0" parent="In8fDh9ZLN2M87an2Miy-73" style="edgeLabel;html=1;align=center;verticalAlign=middle;resizable=0;points=[];" value="0 - loan_application_id found" vertex="1">
          <mxGeometry relative="1" x="-0.1975" as="geometry">
            <mxPoint as="offset" />
          </mxGeometry>
        </mxCell>
        <mxCell id="In8fDh9ZLN2M87an2Miy-69" parent="1" style="rhombus;whiteSpace=wrap;html=1;verticalAlign=middle;" value="&lt;div style=&quot;text-align: center;&quot;&gt;&lt;span style=&quot;background-color: light-dark(rgb(255, 255, 255), rgb(18, 18, 18)); color: light-dark(rgb(33, 33, 33), rgb(209, 209, 209)); font-family: Inter, system-ui, -apple-system, &amp;quot;system-ui&amp;quot;, &amp;quot;Segoe UI&amp;quot;, Roboto, Oxygen, Ubuntu, Cantarell, &amp;quot;Fira Sans&amp;quot;, &amp;quot;Droid Sans&amp;quot;, Helvetica, Arial, sans-serif; text-align: left; white-space: pre-wrap;&quot;&gt;journalList&lt;br&gt;NOT CONTAINS&lt;/span&gt;&lt;/div&gt;&lt;span style=&quot;white-space: pre-wrap; color: rgb(33, 33, 33); font-family: Inter, system-ui, -apple-system, &amp;quot;system-ui&amp;quot;, &amp;quot;Segoe UI&amp;quot;, Roboto, Oxygen, Ubuntu, Cantarell, &amp;quot;Fira Sans&amp;quot;, &amp;quot;Droid Sans&amp;quot;, Helvetica, Arial, sans-serif; text-align: left; background-color: rgb(255, 255, 255);&quot;&gt;loan_application_id&lt;/span&gt;" vertex="1">
          <mxGeometry height="210" width="230" x="4189.5" y="1655" as="geometry" />
        </mxCell>
        <mxCell id="In8fDh9ZLN2M87an2Miy-78" edge="1" parent="1" source="In8fDh9ZLN2M87an2Miy-79" style="edgeStyle=orthogonalEdgeStyle;rounded=0;orthogonalLoop=1;jettySize=auto;html=1;" target="In8fDh9ZLN2M87an2Miy-80" value="">
          <mxGeometry relative="1" as="geometry" />
        </mxCell>
        <mxCell id="In8fDh9ZLN2M87an2Miy-79" parent="1" style="whiteSpace=wrap;html=1;" value="loan_application&lt;br&gt;success" vertex="1">
          <mxGeometry height="60" width="120" x="5616.37" y="1730" as="geometry" />
        </mxCell>
        <mxCell id="In8fDh9ZLN2M87an2Miy-132" edge="1" parent="1" source="In8fDh9ZLN2M87an2Miy-80" style="edgeStyle=orthogonalEdgeStyle;rounded=0;orthogonalLoop=1;jettySize=auto;html=1;" target="In8fDh9ZLN2M87an2Miy-131" value="">
          <mxGeometry relative="1" as="geometry" />
        </mxCell>
        <mxCell id="In8fDh9ZLN2M87an2Miy-80" parent="1" style="whiteSpace=wrap;html=1;" value="release &lt;br&gt;loan_limit.held_amount" vertex="1">
          <mxGeometry height="60" width="215" x="5568.87" y="1830" as="geometry" />
        </mxCell>
        <mxCell id="In8fDh9ZLN2M87an2Miy-95" edge="1" parent="1" source="In8fDh9ZLN2M87an2Miy-82" style="edgeStyle=orthogonalEdgeStyle;rounded=0;orthogonalLoop=1;jettySize=auto;html=1;" target="In8fDh9ZLN2M87an2Miy-94" value="">
          <mxGeometry relative="1" as="geometry" />
        </mxCell>
        <mxCell id="In8fDh9ZLN2M87an2Miy-82" parent="1" style="whiteSpace=wrap;html=1;" value="loan_application&lt;br&gt;next_retry_at = now + 5min" vertex="1">
          <mxGeometry height="60" width="170" x="5283.87" y="1890" as="geometry" />
        </mxCell>
        <mxCell id="In8fDh9ZLN2M87an2Miy-88" parent="1" style="whiteSpace=wrap;html=1;" value="create loan" vertex="1">
          <mxGeometry height="60" width="215" x="5568.87" y="2063.75" as="geometry" />
        </mxCell>
        <mxCell id="In8fDh9ZLN2M87an2Miy-94" parent="1" style="whiteSpace=wrap;html=1;" value="retry_count &amp;gt; 3&lt;br&gt;status = unknown" vertex="1">
          <mxGeometry height="60" width="120" x="5308.87" y="2010" as="geometry" />
        </mxCell>
        <mxCell id="In8fDh9ZLN2M87an2Miy-105" parent="1" style="rounded=0;whiteSpace=wrap;html=1;" value="Scheduler" vertex="1">
          <mxGeometry height="60" width="120" x="3119.5" y="1397.5" as="geometry" />
        </mxCell>
        <mxCell id="In8fDh9ZLN2M87an2Miy-127" edge="1" parent="1" source="In8fDh9ZLN2M87an2Miy-111" style="edgeStyle=orthogonalEdgeStyle;rounded=0;orthogonalLoop=1;jettySize=auto;html=1;" target="In8fDh9ZLN2M87an2Miy-126" value="">
          <mxGeometry relative="1" as="geometry" />
        </mxCell>
        <mxCell id="In8fDh9ZLN2M87an2Miy-135" edge="1" parent="1" source="In8fDh9ZLN2M87an2Miy-111" style="edgeStyle=orthogonalEdgeStyle;rounded=0;orthogonalLoop=1;jettySize=auto;html=1;entryX=0;entryY=0.5;entryDx=0;entryDy=0;" target="In8fDh9ZLN2M87an2Miy-134">
          <mxGeometry relative="1" as="geometry" />
        </mxCell>
        <mxCell id="In8fDh9ZLN2M87an2Miy-111" parent="1" style="rhombus;whiteSpace=wrap;html=1;" value="loan -&amp;gt; casa amount = loan_amount" vertex="1">
          <mxGeometry height="180" width="166.25" x="4219.5" y="2190" as="geometry" />
        </mxCell>
        <mxCell id="In8fDh9ZLN2M87an2Miy-113" parent="1" style="whiteSpace=wrap;html=1;" value="status = approved&lt;br&gt;processed_at = now&lt;br&gt;release held_amount&lt;br&gt;create loan" vertex="1">
          <mxGeometry height="72.5" width="130" x="4918.87" y="2243.75" as="geometry" />
        </mxCell>
        <mxCell id="In8fDh9ZLN2M87an2Miy-122" edge="1" parent="1" source="In8fDh9ZLN2M87an2Miy-118" style="edgeStyle=orthogonalEdgeStyle;rounded=0;orthogonalLoop=1;jettySize=auto;html=1;" target="In8fDh9ZLN2M87an2Miy-121" value="">
          <mxGeometry relative="1" as="geometry" />
        </mxCell>
        <mxCell id="In8fDh9ZLN2M87an2Miy-118" parent="1" style="whiteSpace=wrap;html=1;" value="row lock&lt;br&gt;loan_application" vertex="1">
          <mxGeometry height="60" width="120" x="4069.5" y="1402.5" as="geometry" />
        </mxCell>
        <mxCell id="In8fDh9ZLN2M87an2Miy-124" edge="1" parent="1" source="In8fDh9ZLN2M87an2Miy-121" style="edgeStyle=orthogonalEdgeStyle;rounded=0;orthogonalLoop=1;jettySize=auto;html=1;" target="In8fDh9ZLN2M87an2Miy-123" value="">
          <mxGeometry relative="1" as="geometry" />
        </mxCell>
        <mxCell id="In8fDh9ZLN2M87an2Miy-125" edge="1" parent="1" source="In8fDh9ZLN2M87an2Miy-121" style="edgeStyle=orthogonalEdgeStyle;rounded=0;orthogonalLoop=1;jettySize=auto;html=1;entryX=0.5;entryY=0;entryDx=0;entryDy=0;" target="In8fDh9ZLN2M87an2Miy-69">
          <mxGeometry relative="1" as="geometry" />
        </mxCell>
        <mxCell id="In8fDh9ZLN2M87an2Miy-121" parent="1" style="rhombus;whiteSpace=wrap;html=1;" value="processed_at &lt;br&gt;is not null" vertex="1">
          <mxGeometry height="115" width="110" x="4249.5" y="1375" as="geometry" />
        </mxCell>
        <mxCell id="In8fDh9ZLN2M87an2Miy-123" parent="1" style="whiteSpace=wrap;html=1;" value="skip processing" vertex="1">
          <mxGeometry height="60" width="120" x="4434.5" y="1402.5" as="geometry" />
        </mxCell>
        <mxCell id="In8fDh9ZLN2M87an2Miy-129" edge="1" parent="1" source="In8fDh9ZLN2M87an2Miy-126" style="edgeStyle=orthogonalEdgeStyle;rounded=0;orthogonalLoop=1;jettySize=auto;html=1;" target="In8fDh9ZLN2M87an2Miy-128" value="">
          <mxGeometry relative="1" as="geometry" />
        </mxCell>
        <mxCell id="In8fDh9ZLN2M87an2Miy-126" parent="1" style="whiteSpace=wrap;html=1;" value="loan was not issued fully" vertex="1">
          <mxGeometry height="60" width="120" x="4242.625" y="2462.5" as="geometry" />
        </mxCell>
        <mxCell id="In8fDh9ZLN2M87an2Miy-128" parent="1" style="whiteSpace=wrap;html=1;" value="status = review?" vertex="1">
          <mxGeometry height="60" width="120" x="4242.625" y="2602.5" as="geometry" />
        </mxCell>
        <mxCell id="In8fDh9ZLN2M87an2Miy-130" parent="1" style="rounded=0;whiteSpace=wrap;html=1;fontSize=21;" value="WHERE TO TRIGGER CGW???" vertex="1">
          <mxGeometry height="290" width="450.63" x="5285.74" y="2290" as="geometry" />
        </mxCell>
        <mxCell id="In8fDh9ZLN2M87an2Miy-133" edge="1" parent="1" source="In8fDh9ZLN2M87an2Miy-131" style="edgeStyle=orthogonalEdgeStyle;rounded=0;orthogonalLoop=1;jettySize=auto;html=1;" target="In8fDh9ZLN2M87an2Miy-88" value="">
          <mxGeometry relative="1" as="geometry" />
        </mxCell>
        <mxCell id="In8fDh9ZLN2M87an2Miy-131" parent="1" style="whiteSpace=wrap;html=1;" value="processed_at = now" vertex="1">
          <mxGeometry height="60" width="120" x="5616.37" y="1942.5" as="geometry" />
        </mxCell>
        <mxCell id="In8fDh9ZLN2M87an2Miy-141" edge="1" parent="1" source="In8fDh9ZLN2M87an2Miy-134" style="edgeStyle=orthogonalEdgeStyle;rounded=0;orthogonalLoop=1;jettySize=auto;html=1;entryX=0;entryY=0.5;entryDx=0;entryDy=0;" target="In8fDh9ZLN2M87an2Miy-139">
          <mxGeometry relative="1" as="geometry" />
        </mxCell>
        <mxCell id="In8fDh9ZLN2M87an2Miy-145" edge="1" parent="1" source="In8fDh9ZLN2M87an2Miy-134" style="edgeStyle=orthogonalEdgeStyle;rounded=0;orthogonalLoop=1;jettySize=auto;html=1;" target="In8fDh9ZLN2M87an2Miy-144" value="">
          <mxGeometry relative="1" as="geometry" />
        </mxCell>
        <mxCell id="In8fDh9ZLN2M87an2Miy-134" parent="1" style="rhombus;whiteSpace=wrap;html=1;" value="casa -&amp;gt; domestic (CGW)&lt;br&gt;exists?" vertex="1">
          <mxGeometry height="180" width="190" x="4449.5" y="2190" as="geometry" />
        </mxCell>
        <mxCell id="In8fDh9ZLN2M87an2Miy-142" edge="1" parent="1" source="In8fDh9ZLN2M87an2Miy-139" style="edgeStyle=orthogonalEdgeStyle;rounded=0;orthogonalLoop=1;jettySize=auto;html=1;entryX=0;entryY=0.5;entryDx=0;entryDy=0;" target="In8fDh9ZLN2M87an2Miy-113">
          <mxGeometry relative="1" as="geometry" />
        </mxCell>
        <mxCell id="In8fDh9ZLN2M87an2Miy-139" parent="1" style="rhombus;whiteSpace=wrap;html=1;" value="casa -&amp;gt; domestic amount = loan_amount" vertex="1">
          <mxGeometry height="180" width="172.5" x="4699.5" y="2190" as="geometry" />
        </mxCell>
        <mxCell id="In8fDh9ZLN2M87an2Miy-147" edge="1" parent="1" source="In8fDh9ZLN2M87an2Miy-144" style="edgeStyle=orthogonalEdgeStyle;rounded=0;orthogonalLoop=1;jettySize=auto;html=1;" target="In8fDh9ZLN2M87an2Miy-146" value="">
          <mxGeometry relative="1" as="geometry" />
        </mxCell>
        <mxCell id="In8fDh9ZLN2M87an2Miy-144" parent="1" style="whiteSpace=wrap;html=1;" value="Trigger CGW" vertex="1">
          <mxGeometry height="60" width="120" x="4484.5" y="2482.5" as="geometry" />
        </mxCell>
        <mxCell id="In8fDh9ZLN2M87an2Miy-148" edge="1" parent="1" source="In8fDh9ZLN2M87an2Miy-146" style="edgeStyle=orthogonalEdgeStyle;rounded=0;orthogonalLoop=1;jettySize=auto;html=1;entryX=0.5;entryY=1;entryDx=0;entryDy=0;" target="In8fDh9ZLN2M87an2Miy-113">
          <mxGeometry relative="1" as="geometry" />
        </mxCell>
        <mxCell id="In8fDh9ZLN2M87an2Miy-150" edge="1" parent="1" source="In8fDh9ZLN2M87an2Miy-146" style="edgeStyle=orthogonalEdgeStyle;rounded=0;orthogonalLoop=1;jettySize=auto;html=1;" target="In8fDh9ZLN2M87an2Miy-149" value="">
          <mxGeometry relative="1" as="geometry" />
        </mxCell>
        <mxCell id="In8fDh9ZLN2M87an2Miy-146" parent="1" style="rhombus;whiteSpace=wrap;html=1;" value="200" vertex="1">
          <mxGeometry height="80" width="80" x="4704.5" y="2472.5" as="geometry" />
        </mxCell>
        <mxCell id="In8fDh9ZLN2M87an2Miy-149" parent="1" style="whiteSpace=wrap;html=1;" value="next_retry_at = now + 5min" vertex="1">
          <mxGeometry height="60" width="155" x="4667" y="2622.5" as="geometry" />
        </mxCell>
        <mxCell id="In8fDh9ZLN2M87an2Miy-154" edge="1" parent="1" source="In8fDh9ZLN2M87an2Miy-152" style="edgeStyle=orthogonalEdgeStyle;rounded=0;orthogonalLoop=1;jettySize=auto;html=1;entryX=0;entryY=0.5;entryDx=0;entryDy=0;" target="In8fDh9ZLN2M87an2Miy-153">
          <mxGeometry relative="1" as="geometry" />
        </mxCell>
        <mxCell id="In8fDh9ZLN2M87an2Miy-176" edge="1" parent="1" source="In8fDh9ZLN2M87an2Miy-152" style="edgeStyle=orthogonalEdgeStyle;rounded=0;orthogonalLoop=1;jettySize=auto;html=1;" target="In8fDh9ZLN2M87an2Miy-175" value="">
          <mxGeometry relative="1" as="geometry" />
        </mxCell>
        <mxCell id="In8fDh9ZLN2M87an2Miy-152" parent="1" style="rhombus;whiteSpace=wrap;html=1;" value="Polaris&lt;br&gt;/loan/&lt;span style=&quot;color: rgb(33, 33, 33); font-family: Inter, system-ui, -apple-system, &amp;quot;system-ui&amp;quot;, &amp;quot;Segoe UI&amp;quot;, Roboto, Oxygen, Ubuntu, Cantarell, &amp;quot;Fira Sans&amp;quot;, &amp;quot;Droid Sans&amp;quot;, Helvetica, Arial, sans-serif; text-align: left; white-space: pre-wrap; background-color: rgb(255, 255, 255);&quot;&gt;getAccountDetail&lt;/span&gt;&lt;br&gt;loan_application.amount &amp;lt;= polaris.available_amount" vertex="1">
          <mxGeometry height="190" width="230" x="1802.5" y="1060" as="geometry" />
        </mxCell>
        <mxCell id="In8fDh9ZLN2M87an2Miy-158" edge="1" parent="1" source="In8fDh9ZLN2M87an2Miy-153" style="edgeStyle=orthogonalEdgeStyle;rounded=0;orthogonalLoop=1;jettySize=auto;html=1;entryX=0;entryY=0.5;entryDx=0;entryDy=0;" target="In8fDh9ZLN2M87an2Miy-157">
          <mxGeometry relative="1" as="geometry" />
        </mxCell>
        <mxCell id="In8fDh9ZLN2M87an2Miy-153" parent="1" style="whiteSpace=wrap;html=1;" value="Polaris /loan/&lt;span style=&quot;color: rgb(33, 33, 33); font-family: Inter, system-ui, -apple-system, &amp;quot;system-ui&amp;quot;, &amp;quot;Segoe UI&amp;quot;, Roboto, Oxygen, Ubuntu, Cantarell, &amp;quot;Fira Sans&amp;quot;, &amp;quot;Droid Sans&amp;quot;, Helvetica, Arial, sans-serif; text-align: left; white-space: pre-wrap; background-color: rgb(255, 255, 255);&quot;&gt;grantLoanNonCash&lt;br/&gt;+ CGW trigger&lt;/span&gt;" vertex="1">
          <mxGeometry height="60" width="170" x="2120" y="1125" as="geometry" />
        </mxCell>
        <mxCell id="In8fDh9ZLN2M87an2Miy-177" edge="1" parent="1" source="In8fDh9ZLN2M87an2Miy-157" style="edgeStyle=orthogonalEdgeStyle;rounded=0;orthogonalLoop=1;jettySize=auto;html=1;entryX=0;entryY=0.5;entryDx=0;entryDy=0;" target="In8fDh9ZLN2M87an2Miy-105">
          <mxGeometry relative="1" as="geometry">
            <Array as="points">
              <mxPoint x="2400" y="1427" />
            </Array>
            <mxPoint x="2809.5" y="1427.5" as="targetPoint" />
          </mxGeometry>
        </mxCell>
        <mxCell id="In8fDh9ZLN2M87an2Miy-192" connectable="0" parent="In8fDh9ZLN2M87an2Miy-177" style="edgeLabel;html=1;align=center;verticalAlign=middle;resizable=0;points=[];" value="return warning?,&lt;br&gt;row is not scheduler&#39;s task&lt;div&gt;&lt;br&gt;&lt;/div&gt;" vertex="1">
          <mxGeometry relative="1" x="-0.7641" as="geometry">
            <mxPoint y="1" as="offset" />
          </mxGeometry>
        </mxCell>
        <mxCell id="In8fDh9ZLN2M87an2Miy-157" parent="1" style="rhombus;whiteSpace=wrap;html=1;" value="200" vertex="1">
          <mxGeometry height="80" width="80" x="2360" y="1115" as="geometry" />
        </mxCell>
        <mxCell id="In8fDh9ZLN2M87an2Miy-164" edge="1" parent="1" source="In8fDh9ZLN2M87an2Miy-161" style="edgeStyle=orthogonalEdgeStyle;rounded=0;orthogonalLoop=1;jettySize=auto;html=1;" target="In8fDh9ZLN2M87an2Miy-162" value="">
          <mxGeometry relative="1" as="geometry" />
        </mxCell>
        <mxCell id="In8fDh9ZLN2M87an2Miy-161" parent="1" style="rounded=0;whiteSpace=wrap;html=1;" value="loan account row lock" vertex="1">
          <mxGeometry height="60" width="145" x="895" y="1125" as="geometry" />
        </mxCell>
        <mxCell id="In8fDh9ZLN2M87an2Miy-165" edge="1" parent="1" source="In8fDh9ZLN2M87an2Miy-162" style="edgeStyle=orthogonalEdgeStyle;rounded=0;orthogonalLoop=1;jettySize=auto;html=1;" target="In8fDh9ZLN2M87an2Miy-12">
          <mxGeometry relative="1" as="geometry" />
        </mxCell>
        <mxCell id="In8fDh9ZLN2M87an2Miy-162" parent="1" style="rounded=0;whiteSpace=wrap;html=1;" value="&lt;span style=&quot;font-weight: 700; text-align: left;&quot;&gt;ROWLOCK - loan_limits.held_amount += amount&lt;/span&gt;" vertex="1">
          <mxGeometry height="60" width="215" x="1120" y="1125" as="geometry" />
        </mxCell>
        <mxCell id="In8fDh9ZLN2M87an2Miy-184" edge="1" parent="1" source="In8fDh9ZLN2M87an2Miy-166" style="edgeStyle=orthogonalEdgeStyle;rounded=0;orthogonalLoop=1;jettySize=auto;html=1;" target="In8fDh9ZLN2M87an2Miy-183" value="">
          <mxGeometry relative="1" as="geometry" />
        </mxCell>
        <mxCell id="In8fDh9ZLN2M87an2Miy-166" parent="1" style="swimlane;fontStyle=0;childLayout=stackLayout;horizontal=1;startSize=30;horizontalStack=0;resizeParent=1;resizeParentMax=0;resizeLast=0;collapsible=1;marginBottom=0;whiteSpace=wrap;html=1;" value="Loan issued" vertex="1">
          <mxGeometry height="150" width="210" x="2590" y="1130" as="geometry" />
        </mxCell>
        <mxCell id="In8fDh9ZLN2M87an2Miy-167" parent="In8fDh9ZLN2M87an2Miy-166" style="text;strokeColor=none;fillColor=none;align=left;verticalAlign=middle;spacingLeft=4;spacingRight=4;overflow=hidden;points=[[0,0.5],[1,0.5]];portConstraint=eastwest;rotatable=0;whiteSpace=wrap;html=1;" value="loan_application = approved" vertex="1">
          <mxGeometry height="30" width="210" y="30" as="geometry" />
        </mxCell>
        <mxCell id="In8fDh9ZLN2M87an2Miy-168" parent="In8fDh9ZLN2M87an2Miy-166" style="text;strokeColor=none;fillColor=none;align=left;verticalAlign=middle;spacingLeft=4;spacingRight=4;overflow=hidden;points=[[0,0.5],[1,0.5]];portConstraint=eastwest;rotatable=0;whiteSpace=wrap;html=1;" value="create loan" vertex="1">
          <mxGeometry height="30" width="210" y="60" as="geometry" />
        </mxCell>
        <mxCell id="In8fDh9ZLN2M87an2Miy-169" parent="In8fDh9ZLN2M87an2Miy-166" style="text;strokeColor=none;fillColor=none;align=left;verticalAlign=middle;spacingLeft=4;spacingRight=4;overflow=hidden;points=[[0,0.5],[1,0.5]];portConstraint=eastwest;rotatable=0;whiteSpace=wrap;html=1;" value="release lock" vertex="1">
          <mxGeometry height="30" width="210" y="90" as="geometry" />
        </mxCell>
        <mxCell id="In8fDh9ZLN2M87an2Miy-191" parent="In8fDh9ZLN2M87an2Miy-166" style="text;strokeColor=none;fillColor=none;align=left;verticalAlign=middle;spacingLeft=4;spacingRight=4;overflow=hidden;points=[[0,0.5],[1,0.5]];portConstraint=eastwest;rotatable=0;whiteSpace=wrap;html=1;" value="processed_at = now" vertex="1">
          <mxGeometry height="30" width="210" y="120" as="geometry" />
        </mxCell>
        <mxCell id="In8fDh9ZLN2M87an2Miy-170" edge="1" parent="1" source="In8fDh9ZLN2M87an2Miy-157" style="edgeStyle=orthogonalEdgeStyle;rounded=0;orthogonalLoop=1;jettySize=auto;html=1;entryX=0.003;entryY=0.156;entryDx=0;entryDy=0;entryPerimeter=0;" target="In8fDh9ZLN2M87an2Miy-166">
          <mxGeometry relative="1" as="geometry" />
        </mxCell>
        <mxCell id="In8fDh9ZLN2M87an2Miy-174" parent="1" style="text;html=1;whiteSpace=wrap;strokeColor=none;fillColor=none;align=center;verticalAlign=middle;rounded=0;" value="&lt;div style=&quot;background-color:#ffffff;color:#080808&quot;&gt;&lt;pre style=&quot;font-family:&#39;JetBrains Mono&#39;,monospace;font-size:9.8pt;&quot;&gt;&lt;span style=&quot;color:#9e880d;&quot;&gt;@Transactional&lt;/span&gt;(propagation = &lt;span style=&quot;color:#000000;&quot;&gt;Propagation&lt;/span&gt;.&lt;span style=&quot;color:#871094;font-style:italic;&quot;&gt;REQUIRES_NEW&lt;/span&gt;)&lt;/pre&gt;&lt;/div&gt;" vertex="1">
          <mxGeometry height="30" width="240" x="1200" y="1010" as="geometry" />
        </mxCell>
        <mxCell id="In8fDh9ZLN2M87an2Miy-175" parent="1" style="whiteSpace=wrap;html=1;" value="Rollback, return error" vertex="1">
          <mxGeometry height="60" width="132.5" x="1851.25" y="1295" as="geometry" />
        </mxCell>
        <mxCell id="In8fDh9ZLN2M87an2Miy-186" edge="1" parent="1" source="In8fDh9ZLN2M87an2Miy-183" style="edgeStyle=orthogonalEdgeStyle;rounded=0;orthogonalLoop=1;jettySize=auto;html=1;" target="In8fDh9ZLN2M87an2Miy-185" value="">
          <mxGeometry relative="1" as="geometry" />
        </mxCell>
        <mxCell id="In8fDh9ZLN2M87an2Miy-187" edge="1" parent="1" source="In8fDh9ZLN2M87an2Miy-183" style="edgeStyle=orthogonalEdgeStyle;rounded=0;orthogonalLoop=1;jettySize=auto;html=1;" target="In8fDh9ZLN2M87an2Miy-105">
          <mxGeometry relative="1" as="geometry">
            <Array as="points">
              <mxPoint x="2995" y="1427" />
            </Array>
          </mxGeometry>
        </mxCell>
        <mxCell id="In8fDh9ZLN2M87an2Miy-195" connectable="0" parent="In8fDh9ZLN2M87an2Miy-187" style="edgeLabel;html=1;align=center;verticalAlign=middle;resizable=0;points=[];" value="return warning?,&lt;br&gt;row is not scheduler&#39;s task&lt;div&gt;&lt;br&gt;&lt;/div&gt;" vertex="1">
          <mxGeometry relative="1" x="-0.5656" y="1" as="geometry">
            <mxPoint as="offset" />
          </mxGeometry>
        </mxCell>
        <mxCell id="In8fDh9ZLN2M87an2Miy-183" parent="1" style="rhombus;whiteSpace=wrap;html=1;fontStyle=0;startSize=30;horizontal=1;" value="db transaction success?" vertex="1">
          <mxGeometry height="135" width="130" x="2930" y="1122.5" as="geometry" />
        </mxCell>
        <mxCell id="In8fDh9ZLN2M87an2Miy-185" parent="1" style="whiteSpace=wrap;html=1;fontStyle=0;startSize=30;horizontal=1;" value="return success to client" vertex="1">
          <mxGeometry height="60" width="120" x="3145" y="1160" as="geometry" />
        </mxCell>
        <mxCell id="In8fDh9ZLN2M87an2Miy-189" parent="1" style="text;html=1;whiteSpace=wrap;strokeColor=none;fillColor=none;align=center;verticalAlign=middle;rounded=0;fontSize=26;" value="&lt;div style=&quot;background-color:#ffffff;color:#080808&quot;&gt;&lt;pre style=&quot;font-family: &amp;quot;JetBrains Mono&amp;quot;, monospace;&quot;&gt;&lt;span style=&quot;color:#9e880d;&quot;&gt;@Transactional&lt;/span&gt;(propagation = &lt;span style=&quot;color:#000000;&quot;&gt;Propagation&lt;/span&gt;.&lt;span style=&quot;color:#871094;font-style:italic;&quot;&gt;REQUIRES_NEW&lt;/span&gt;)&lt;/pre&gt;&lt;/div&gt;" vertex="1">
          <mxGeometry height="30" width="240" x="4918.87" y="1265" as="geometry" />
        </mxCell>
+         <mxCell id="In8fDh9ZLN2M87an2Miy-198" parent="1" style="text;html=1;whiteSpace=wrap;strokeColor=none;fillColor=none;align=center;verticalAlign=middle;rounded=0;fontSize=32;" value="BNPL request flow" vertex="1">
+           <mxGeometry height="30" width="470" x="-80" y="2930" as="geometry" />
+         </mxCell>
+         <mxCell id="In8fDh9ZLN2M87an2Miy-199" edge="1" parent="1" source="In8fDh9ZLN2M87an2Miy-200" style="edgeStyle=orthogonalEdgeStyle;rounded=0;orthogonalLoop=1;jettySize=auto;html=1;" target="In8fDh9ZLN2M87an2Miy-202" value="">
+           <mxGeometry relative="1" as="geometry" />
+         </mxCell>
+         <mxCell id="In8fDh9ZLN2M87an2Miy-200" parent="1" style="shape=umlActor;verticalLabelPosition=bottom;verticalAlign=top;html=1;outlineConnect=0;" value="Actor" vertex="1">
+           <mxGeometry height="60" width="30" x="20" y="3135" as="geometry" />
+         </mxCell>
+         <mxCell id="In8fDh9ZLN2M87an2Miy-201" edge="1" parent="1" source="In8fDh9ZLN2M87an2Miy-202" style="edgeStyle=orthogonalEdgeStyle;rounded=0;orthogonalLoop=1;jettySize=auto;html=1;entryX=0.011;entryY=0.06;entryDx=0;entryDy=0;entryPerimeter=0;" target="In8fDh9ZLN2M87an2Miy-209" value="">
+           <mxGeometry relative="1" as="geometry">
+             <mxPoint x="440" y="3165" as="targetPoint" />
+           </mxGeometry>
+         </mxCell>
+         <mxCell id="In8fDh9ZLN2M87an2Miy-202" parent="1" style="whiteSpace=wrap;html=1;verticalAlign=top;" value="&lt;div&gt;&lt;br&gt;&lt;/div&gt;&lt;div&gt;One tap loan&lt;/div&gt;" vertex="1">
+           <mxGeometry height="60" width="120" x="230" y="3135" as="geometry" />
+         </mxCell>
+         <mxCell id="In8fDh9ZLN2M87an2Miy-203" edge="1" parent="1" source="In8fDh9ZLN2M87an2Miy-205" style="edgeStyle=orthogonalEdgeStyle;rounded=0;orthogonalLoop=1;jettySize=auto;html=1;" target="In8fDh9ZLN2M87an2Miy-206" value="">
+           <mxGeometry relative="1" as="geometry" />
+         </mxCell>
+         <mxCell id="In8fDh9ZLN2M87an2Miy-204" connectable="0" parent="In8fDh9ZLN2M87an2Miy-203" style="edgeLabel;html=1;align=center;verticalAlign=middle;resizable=0;points=[];" value="0" vertex="1">
+           <mxGeometry relative="1" x="-0.2091" y="-1" as="geometry">
+             <mxPoint as="offset" />
+           </mxGeometry>
+         </mxCell>
+         <mxCell id="In8fDh9ZLN2M87an2Miy-205" parent="1" style="rhombus;whiteSpace=wrap;html=1;verticalAlign=top;" value="&lt;br&gt;&lt;br&gt;&lt;div&gt;&lt;br&gt;&lt;/div&gt;&lt;div&gt;Loan validation&lt;br&gt;success&lt;/div&gt;" vertex="1">
+           <mxGeometry height="120" width="140" x="720" y="3105" as="geometry" />
+         </mxCell>
+         <mxCell id="In8fDh9ZLN2M87an2Miy-206" parent="1" style="whiteSpace=wrap;html=1;verticalAlign=middle;" value="Return err message" vertex="1">
+           <mxGeometry height="60" width="120" x="730" y="3305" as="geometry" />
+         </mxCell>
+         <mxCell id="In8fDh9ZLN2M87an2Miy-207" edge="1" parent="1" source="In8fDh9ZLN2M87an2Miy-208" style="edgeStyle=orthogonalEdgeStyle;rounded=0;orthogonalLoop=1;jettySize=auto;html=1;entryX=0;entryY=0.5;entryDx=0;entryDy=0;" target="In8fDh9ZLN2M87an2Miy-205">
+           <mxGeometry relative="1" as="geometry" />
+         </mxCell>
+         <mxCell id="In8fDh9ZLN2M87an2Miy-208" parent="1" style="swimlane;fontStyle=0;childLayout=stackLayout;horizontal=1;startSize=30;horizontalStack=0;resizeParent=1;resizeParentMax=0;resizeLast=0;collapsible=1;marginBottom=0;whiteSpace=wrap;html=1;" value="Validations" vertex="1">
+           <mxGeometry height="120" width="140" x="460" y="3135" as="geometry" />
+         </mxCell>
+         <mxCell id="In8fDh9ZLN2M87an2Miy-209" parent="In8fDh9ZLN2M87an2Miy-208" style="text;strokeColor=none;fillColor=none;align=left;verticalAlign=middle;spacingLeft=4;spacingRight=4;overflow=hidden;points=[[0,0.5],[1,0.5]];portConstraint=eastwest;rotatable=0;whiteSpace=wrap;html=1;" value="user status" vertex="1">
+           <mxGeometry height="30" width="140" y="30" as="geometry" />
+         </mxCell>
+         <mxCell id="In8fDh9ZLN2M87an2Miy-210" parent="In8fDh9ZLN2M87an2Miy-208" style="text;strokeColor=none;fillColor=none;align=left;verticalAlign=middle;spacingLeft=4;spacingRight=4;overflow=hidden;points=[[0,0.5],[1,0.5]];portConstraint=eastwest;rotatable=0;whiteSpace=wrap;html=1;" value="kyc status" vertex="1">
+           <mxGeometry height="30" width="140" y="60" as="geometry" />
+         </mxCell>
+         <mxCell id="In8fDh9ZLN2M87an2Miy-211" parent="In8fDh9ZLN2M87an2Miy-208" style="text;strokeColor=none;fillColor=none;align=left;verticalAlign=middle;spacingLeft=4;spacingRight=4;overflow=hidden;points=[[0,0.5],[1,0.5]];portConstraint=eastwest;rotatable=0;whiteSpace=wrap;html=1;" value="loan limit status" vertex="1">
+           <mxGeometry height="30" width="140" y="90" as="geometry" />
+         </mxCell>
      </root>
    </mxGraphModel>
  </diagram>
</mxfile>
